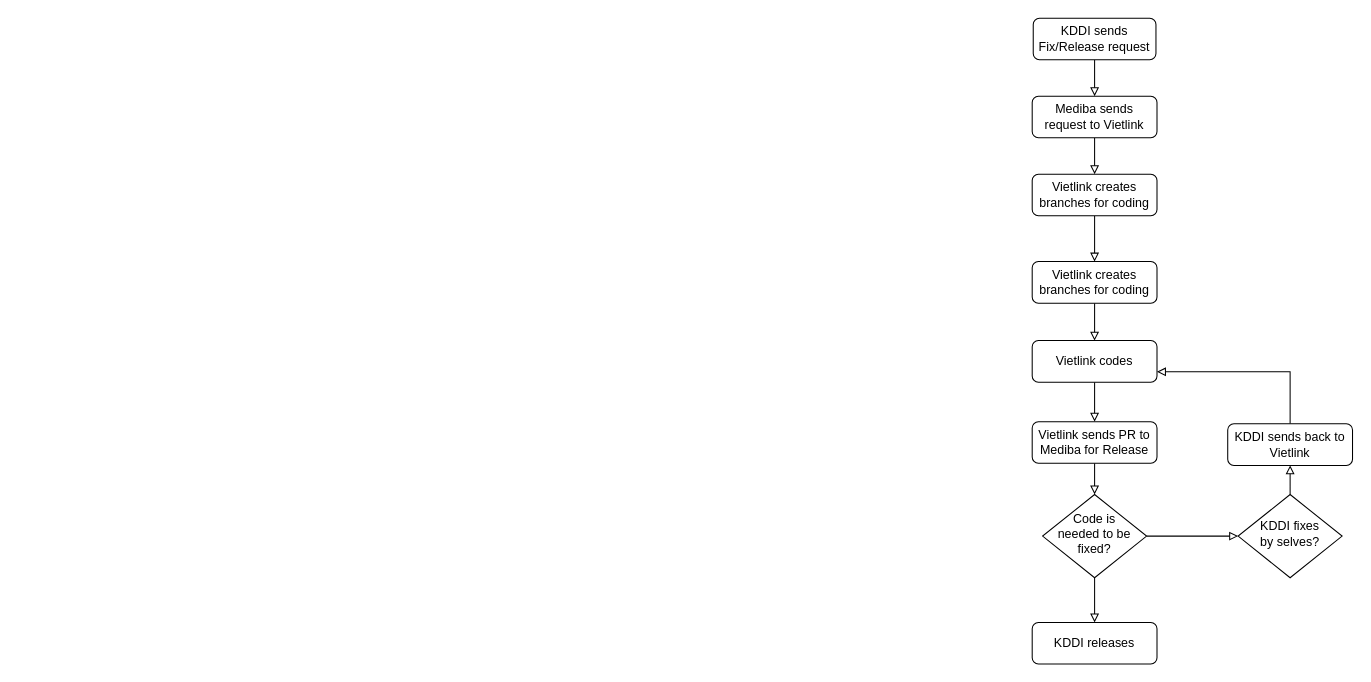
Before: Untitled Diagram.drawio in Vietlink-MinhNgo/vietlink-Draw, a draw.io diagram. Source tidied: cells renumbered, new cells numbered last; positions are measured from the earlier drawing's top-left corner, leaving out a move shared by most shapes. Both pictures are drawn from the tidied source at 104%, with x=0, y=0 at pixel (1032, 18).
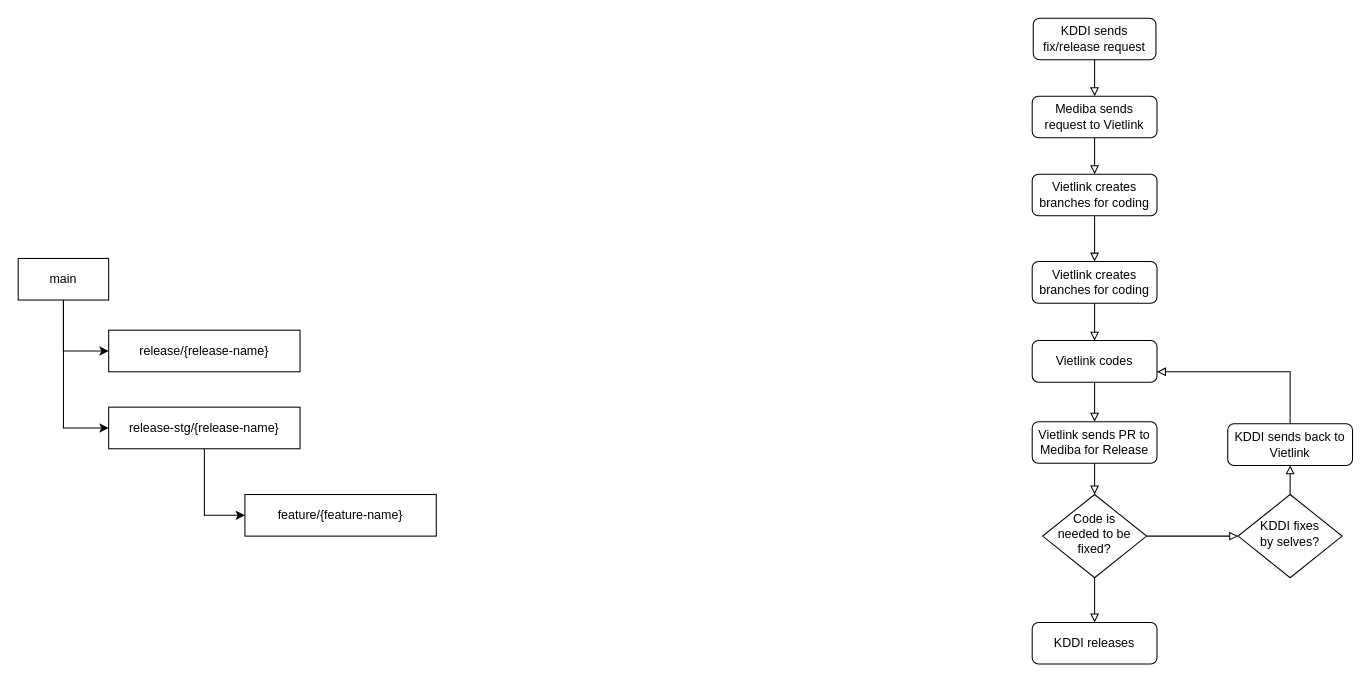
The same diagram, later.

Change to the diagram source:
```diff
@@
-    <mxCell id="3" value="KDDI sends Fix/Release request" style="rounded=1;whiteSpace=wrap;html=1;fontSize=12;glass=0;strokeWidth=1;shadow=0;" parent="1" vertex="1">
+    <mxCell id="3" value="KDDI sends fix/release request" style="rounded=1;whiteSpace=wrap;html=1;fontSize=12;glass=0;strokeWidth=1;shadow=0;" parent="1" vertex="1">
       <mxGeometry x="1" width="118" height="40" as="geometry" />
     </mxCell>
@@
+    <mxCell id="22" style="edgeStyle=orthogonalEdgeStyle;rounded=0;jettySize=auto;html=1;entryX=0;entryY=0.5;entryDx=0;entryDy=0;" parent="1" edge="1" source="24" target="25">
+      <mxGeometry relative="1" as="geometry" />
+    </mxCell>
+    <mxCell id="23" style="edgeStyle=orthogonalEdgeStyle;rounded=0;jettySize=auto;html=1;entryX=0;entryY=0.5;entryDx=0;entryDy=0;" parent="1" edge="1" source="24" target="27">
+      <mxGeometry relative="1" as="geometry" />
+    </mxCell>
+    <mxCell id="24" value="main" style="rounded=0;whiteSpace=wrap;html=1;" parent="1" vertex="1">
+      <mxGeometry x="-975" y="231" width="87" height="40" as="geometry" />
+    </mxCell>
+    <mxCell id="25" value="release/{release-name}" style="rounded=0;whiteSpace=wrap;html=1;" parent="1" vertex="1">
+      <mxGeometry x="-888" y="300" width="184" height="40" as="geometry" />
+    </mxCell>
+    <mxCell id="26" style="edgeStyle=orthogonalEdgeStyle;rounded=0;jettySize=auto;html=1;entryX=0;entryY=0.5;entryDx=0;entryDy=0;" parent="1" edge="1" source="27" target="28">
+      <mxGeometry relative="1" as="geometry" />
+    </mxCell>
+    <mxCell id="27" value="release-stg/{release-name}" style="rounded=0;whiteSpace=wrap;html=1;" parent="1" vertex="1">
+      <mxGeometry x="-888" y="374" width="184" height="40" as="geometry" />
+    </mxCell>
+    <mxCell id="28" value="feature/{feature-name}" style="rounded=0;whiteSpace=wrap;html=1;" parent="1" vertex="1">
+      <mxGeometry x="-757" y="458" width="184" height="40" as="geometry" />
+    </mxCell>
```
